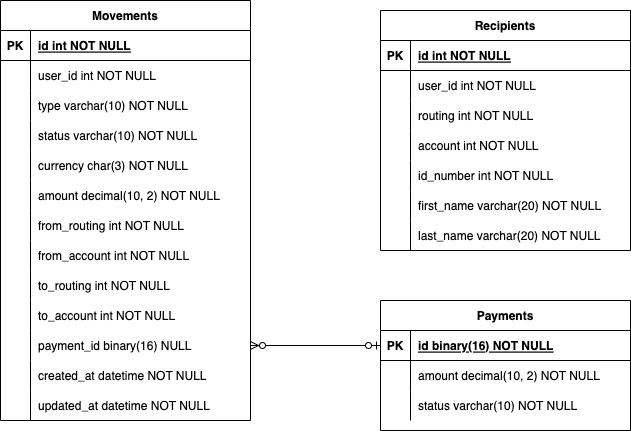
Earlier version of the draw.io export docs/models.png (ariel17/ontop_challenge). Source tidied: cells renumbered, new cells last; positions are measured from the earlier drawing's top-left corner, leaving out a move shared by most shapes.
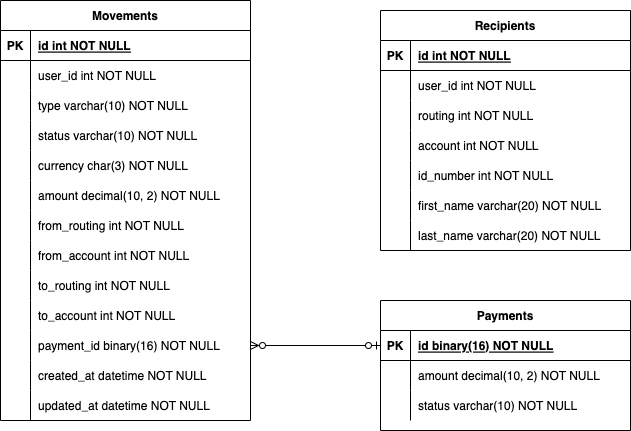
The same file after the commit.

The edit, as a diff of the source:
```diff
@@ -101,7 +101,7 @@
     <mxCell id="34" style="shape=partialRectangle;overflow=hidden;fillColor=none;top=0;left=0;bottom=0;right=0;" parent="33" vertex="1">
       <mxGeometry width="30" height="30" as="geometry" />
     </mxCell>
-    <mxCell id="35" value="payment_id binary(16) NULL" style="shape=partialRectangle;overflow=hidden;fillColor=none;top=0;left=0;bottom=0;right=0;align=left;spacingLeft=6;" parent="33" vertex="1">
+    <mxCell id="35" value="payment_id binary(16) NOT NULL" style="shape=partialRectangle;overflow=hidden;fillColor=none;top=0;left=0;bottom=0;right=0;align=left;spacingLeft=6;" parent="33" vertex="1">
       <mxGeometry x="30" width="220" height="30" as="geometry" />
     </mxCell>
     <mxCell id="36" style="shape=partialRectangle;fillColor=none;top=0;left=0;right=0;bottom=0;" parent="2" vertex="1">
```
